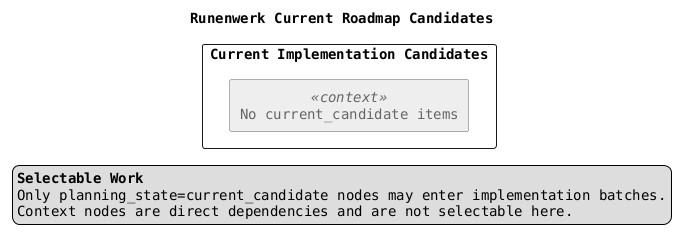
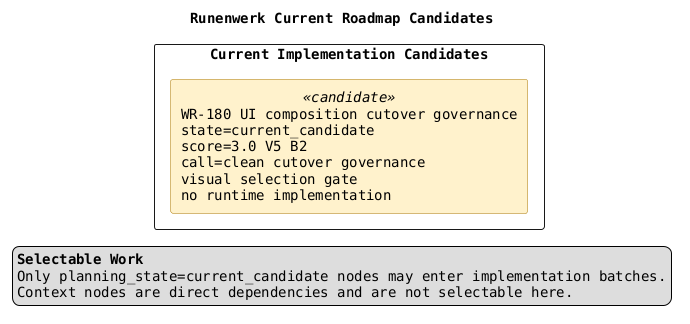
@startuml
title Runenwerk Current Roadmap Candidates

top to bottom direction
skinparam componentStyle rectangle
skinparam shadowing false
skinparam packageStyle rectangle
skinparam defaultFontName Monospaced

skinparam component {
  BackgroundColor<<candidate>> #FFF2CC
  BorderColor<<candidate>> #AA7700
  BackgroundColor<<context>> #EEEEEE
  BorderColor<<context>> #666666
  FontColor<<context>> #666666
}

legend right
  <b>Selectable Work</b>
  Only planning_state=current_candidate nodes may enter implementation batches.
  Context nodes are direct dependencies and are not selectable here.
endlegend

package "Current Implementation Candidates" {
-   component "No current_candidate items" as NO_CANDIDATES <<context>>
+   component "WR-180 UI composition cutover governance\nstate=current_candidate\nscore=3.0 V5 B2\ncall=clean cutover governance\nvisual selection gate\nno runtime implementation" as UICOMP01 <<candidate>>

}


@enduml
